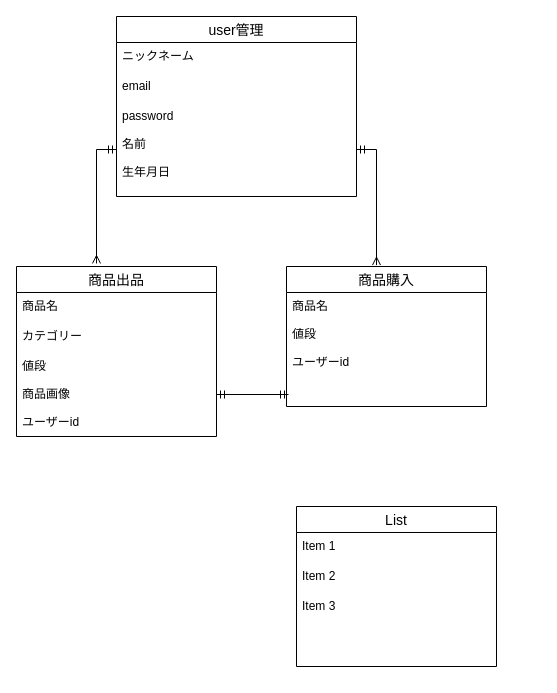
Earlier version of the draw.io diagram app/views/items/er.dio (nakaya-0129/furima-30314). Source tidied: cells renumbered, new cells numbered last; positions are measured from the earlier drawing's top-left corner, leaving out a move shared by most shapes. Both pictures are drawn from the tidied source at 100%, with x=0, y=0 at pixel (16, 16).
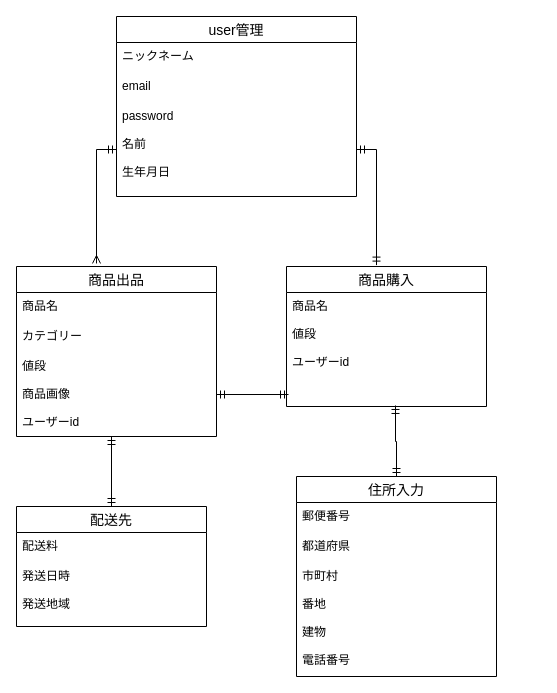
The same page after the edit.

Unchanged cells that the change refers to:
```xml
<mxCell id="7" value="password&#10;&#10;名前&#10;&#10;生年月日" style="text;strokeColor=none;fillColor=none;spacingLeft=4;spacingRight=4;overflow=hidden;points=[[0,0.5],[1,0.5]];portConstraint=eastwest;fontSize=12;" parent="4" vertex="1">
  <mxGeometry y="86" width="240" height="94" as="geometry" />
</mxCell>
<mxCell id="11" value="値段&#10;&#10;商品画像&#10;&#10;ユーザーid&#10;&#10;" style="text;strokeColor=none;fillColor=none;spacingLeft=4;spacingRight=4;overflow=hidden;points=[[0,0.5],[1,0.5]];portConstraint=eastwest;fontSize=12;" parent="8" vertex="1">
  <mxGeometry y="86" width="200" height="84" as="geometry" />
</mxCell>
<mxCell id="12" value="商品購入" style="swimlane;fontStyle=0;horizontal=1;startSize=26;align=center;fontSize=14;" parent="1" vertex="1">
  <mxGeometry x="270" y="250" width="200" height="140" as="geometry" />
</mxCell>
<mxCell id="13" value="商品名&#10;&#10;値段&#10;&#10;ユーザーid" style="text;strokeColor=none;fillColor=none;spacingLeft=4;spacingRight=4;overflow=hidden;points=[[0,0.5],[1,0.5]];portConstraint=eastwest;fontSize=12;" parent="12" vertex="1">
  <mxGeometry y="26" width="200" height="114" as="geometry" />
</mxCell>
```

What changed in the source:
```diff
@@
-    <mxCell id="14" style="edgeStyle=orthogonalEdgeStyle;rounded=0;jettySize=auto;html=1;exitX=1;exitY=0.5;exitDx=0;exitDy=0;entryX=0.45;entryY=-0.01;entryDx=0;entryDy=0;entryPerimeter=0;startArrow=ERmandOne;startFill=0;endArrow=ERmany;endFill=0;" parent="1" edge="1" source="7" target="12">
+    <mxCell id="14" style="edgeStyle=orthogonalEdgeStyle;rounded=0;jettySize=auto;html=1;exitX=1;exitY=0.5;exitDx=0;exitDy=0;entryX=0.45;entryY=-0.01;entryDx=0;entryDy=0;entryPerimeter=0;startArrow=ERmandOne;startFill=0;endArrow=ERmandOne;endFill=0;" parent="1" edge="1" source="7" target="12">
       <mxGeometry relative="1" as="geometry" />
     </mxCell>
+    <mxCell id="20" style="edgeStyle=orthogonalEdgeStyle;rounded=0;jettySize=auto;html=1;exitX=0.5;exitY=0;exitDx=0;exitDy=0;entryX=0.545;entryY=0.991;entryDx=0;entryDy=0;entryPerimeter=0;startArrow=ERmandOne;startFill=0;endArrow=ERmandOne;endFill=0;" parent="1" edge="1" source="15" target="13">
+      <mxGeometry relative="1" as="geometry" />
+    </mxCell>
+    <mxCell id="19" style="edgeStyle=orthogonalEdgeStyle;rounded=0;jettySize=auto;html=1;exitX=1;exitY=0.5;exitDx=0;exitDy=0;entryX=0.01;entryY=0.895;entryDx=0;entryDy=0;entryPerimeter=0;startArrow=ERmandOne;startFill=0;endArrow=ERmandOne;endFill=0;" parent="1" edge="1" source="11" target="13">
+      <mxGeometry relative="1" as="geometry" />
+    </mxCell>
+    <mxCell id="21" style="edgeStyle=orthogonalEdgeStyle;rounded=0;jettySize=auto;html=1;exitX=0.5;exitY=0;exitDx=0;exitDy=0;entryX=0.475;entryY=1;entryDx=0;entryDy=0;entryPerimeter=0;startArrow=ERmandOne;startFill=0;endArrow=ERmandOne;endFill=0;" parent="1" edge="1" source="22" target="11">
+      <mxGeometry relative="1" as="geometry" />
+    </mxCell>
+    <mxCell id="22" value="配送先" style="swimlane;fontStyle=0;horizontal=1;startSize=26;align=center;fontSize=14;" parent="1" vertex="1">
+      <mxGeometry y="490" width="190" height="120" as="geometry" />
+    </mxCell>
+    <mxCell id="23" value="配送料" style="text;strokeColor=none;fillColor=none;spacingLeft=4;spacingRight=4;overflow=hidden;fontSize=12;" parent="22" vertex="1">
+      <mxGeometry y="26" width="190" height="30" as="geometry" />
+    </mxCell>
+    <mxCell id="24" value="発送日時&#10;&#10;発送地域&#10;&#10;" style="text;strokeColor=none;fillColor=none;spacingLeft=4;spacingRight=4;overflow=hidden;fontSize=12;" parent="22" vertex="1">
+      <mxGeometry y="56" width="190" height="64" as="geometry" />
+    </mxCell>
-    <mxCell id="15" value="List" style="swimlane;fontStyle=0;horizontal=1;startSize=26;align=center;fontSize=14;" parent="1" vertex="1">
-      <mxGeometry x="280" y="490" width="200" height="160" as="geometry" />
+    <mxCell id="15" value="住所入力" style="swimlane;fontStyle=0;horizontal=1;startSize=26;align=center;fontSize=14;" parent="1" vertex="1">
+      <mxGeometry x="280" y="460" width="200" height="200" as="geometry" />
     </mxCell>
-    <mxCell id="16" value="Item 1" style="text;strokeColor=none;fillColor=none;spacingLeft=4;spacingRight=4;overflow=hidden;fontSize=12;" parent="15" vertex="1">
+    <mxCell id="16" value="郵便番号&#10;" style="text;strokeColor=none;fillColor=none;spacingLeft=4;spacingRight=4;overflow=hidden;fontSize=12;" parent="15" vertex="1">
       <mxGeometry y="26" width="200" height="30" as="geometry" />
     </mxCell>
-    <mxCell id="17" value="Item 2" style="text;strokeColor=none;fillColor=none;spacingLeft=4;spacingRight=4;overflow=hidden;fontSize=12;" parent="15" vertex="1">
+    <mxCell id="17" value="都道府県" style="text;strokeColor=none;fillColor=none;spacingLeft=4;spacingRight=4;overflow=hidden;fontSize=12;" parent="15" vertex="1">
       <mxGeometry y="56" width="200" height="30" as="geometry" />
     </mxCell>
-    <mxCell id="18" value="Item 3" style="text;strokeColor=none;fillColor=none;spacingLeft=4;spacingRight=4;overflow=hidden;fontSize=12;" parent="15" vertex="1">
-      <mxGeometry y="86" width="200" height="74" as="geometry" />
+    <mxCell id="18" value="市町村&#10;&#10;番地&#10;&#10;建物&#10;&#10;電話番号&#10;" style="text;strokeColor=none;fillColor=none;spacingLeft=4;spacingRight=4;overflow=hidden;fontSize=12;" parent="15" vertex="1">
+      <mxGeometry y="86" width="200" height="114" as="geometry" />
     </mxCell>
-    <mxCell id="19" style="edgeStyle=orthogonalEdgeStyle;rounded=0;jettySize=auto;html=1;exitX=1;exitY=0.5;exitDx=0;exitDy=0;entryX=0.01;entryY=0.895;entryDx=0;entryDy=0;entryPerimeter=0;startArrow=ERmandOne;startFill=0;endArrow=ERmandOne;endFill=0;" parent="1" edge="1" source="11" target="13">
-      <mxGeometry relative="1" as="geometry" />
-    </mxCell>
```
